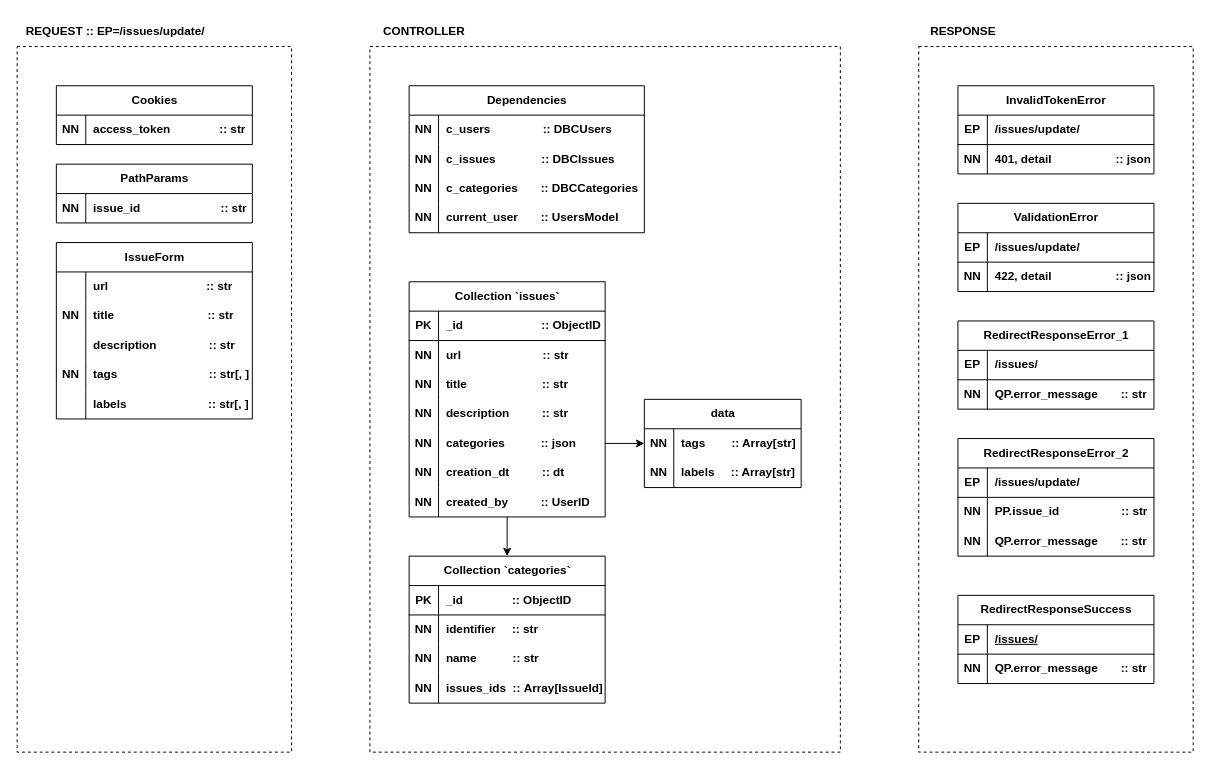
Before: page "/issues/update/post" (2 of 4) of contributors/issues/update/post/Diagram.drawio in ames0k0/Ticket, a draw.io diagram. Source tidied: cells renumbered, new cells numbered last; positions are measured from the earlier drawing's top-left corner, leaving out a move shared by most shapes. Both pictures are drawn from the tidied source at 98%, with x=0, y=0 at pixel (17, 17).
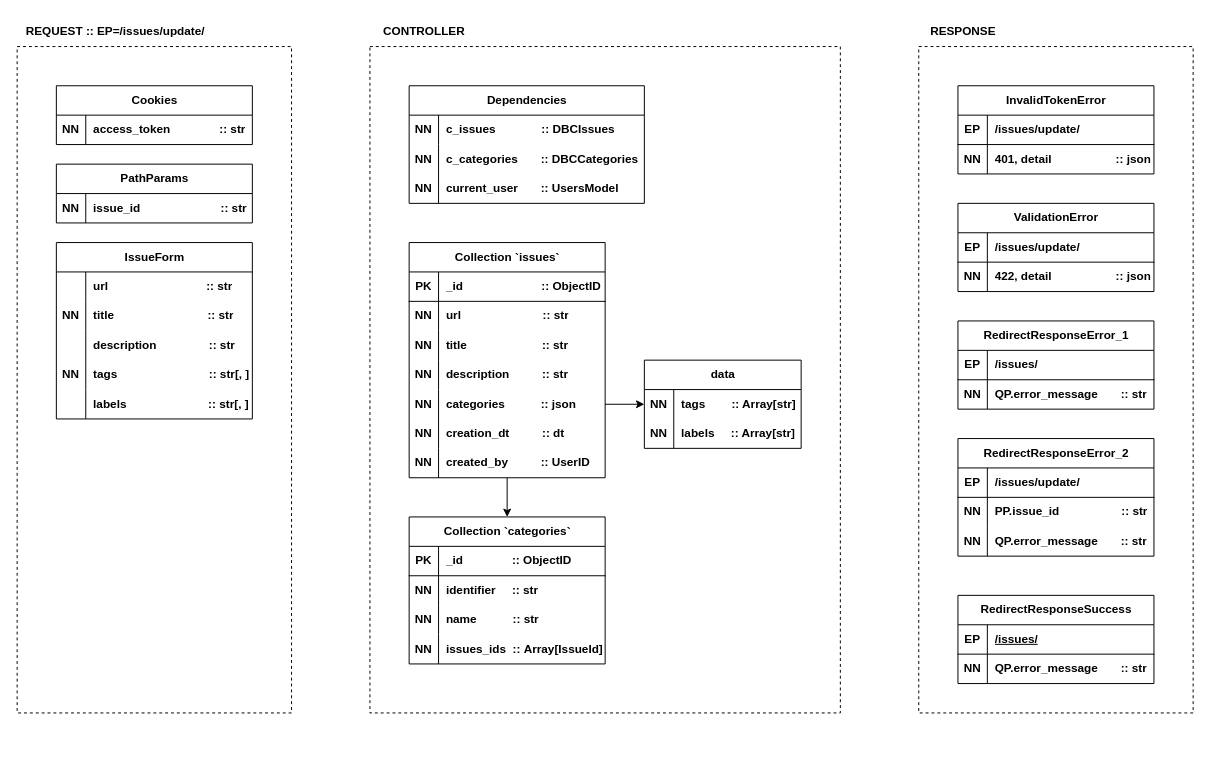
The same page after the edit.

What changed in the source:
```diff
@@
     <mxCell id="19" value="Collection `issues`" style="shape=table;startSize=30;childLayout=tableLayout;rowLines=0;fontStyle=1;align=center;html=1;" parent="1" vertex="1">
-      <mxGeometry x="400" y="270" width="200" height="240" as="geometry" />
+      <mxGeometry x="400" y="230" width="200" height="240" as="geometry" />
     </mxCell>
@@
     <mxCell id="41" value="data" style="shape=table;startSize=30;childLayout=tableLayout;rowLines=0;fontStyle=1;align=center;html=1;" parent="1" vertex="1">
-      <mxGeometry x="640" y="390" width="160" height="90" as="geometry" />
+      <mxGeometry x="640" y="350" width="160" height="90" as="geometry" />
     </mxCell>
@@
     <mxCell id="49" value="Collection `categories`" style="shape=table;startSize=30;childLayout=tableLayout;rowLines=0;fontStyle=1;align=center;html=1;" parent="1" vertex="1">
-      <mxGeometry x="400" y="550" width="200" height="150" as="geometry" />
+      <mxGeometry x="400" y="510" width="200" height="150" as="geometry" />
     </mxCell>
@@
     <mxCell id="76" style="endArrow=none;dashed=1;html=1;rounded=0;" parent="1" edge="1">
       <mxGeometry relative="1" as="geometry">
         <mxPoint y="30" as="sourcePoint" />
         <mxPoint y="30" as="targetPoint" />
         <Array as="points">
           <mxPoint x="280" y="30" />
-          <mxPoint x="280" y="750" />
-          <mxPoint y="750" />
+          <mxPoint x="280" y="710" />
+          <mxPoint y="710" />
         </Array>
       </mxGeometry>
     </mxCell>
     <mxCell id="77" style="endArrow=none;dashed=1;html=1;rounded=0;" parent="1" edge="1">
       <mxGeometry relative="1" as="geometry">
         <mxPoint x="360" y="30" as="sourcePoint" />
         <mxPoint x="360" y="30" as="targetPoint" />
         <Array as="points">
           <mxPoint x="840" y="30" />
-          <mxPoint x="840" y="750" />
-          <mxPoint x="360" y="750" />
+          <mxPoint x="840" y="710" />
+          <mxPoint x="360" y="710" />
         </Array>
       </mxGeometry>
     </mxCell>
@@
     <mxCell id="79" style="endArrow=none;dashed=1;html=1;rounded=0;" parent="1" edge="1">
       <mxGeometry relative="1" as="geometry">
         <mxPoint x="920" y="30" as="sourcePoint" />
         <mxPoint x="920" y="30" as="targetPoint" />
         <Array as="points">
           <mxPoint x="1200" y="30" />
-          <mxPoint x="1200" y="750" />
-          <mxPoint x="920" y="750" />
+          <mxPoint x="1200" y="710" />
+          <mxPoint x="920" y="710" />
         </Array>
       </mxGeometry>
     </mxCell>
@@
     <mxCell id="104" value="Dependencies" style="shape=table;startSize=30;childLayout=tableLayout;rowLines=0;fontStyle=1;align=center;html=1;" parent="1" vertex="1">
-      <mxGeometry x="400" y="70" width="240" height="150" as="geometry" />
+      <mxGeometry x="400" y="70" width="240" height="120" as="geometry" />
     </mxCell>
-    <mxCell id="105" style="shape=tableRow;horizontal=0;startSize=0;swimlaneHead=0;swimlaneBody=0;fillColor=none;top=0;left=0;right=0;bottom=0;" parent="104" vertex="1">
-      <mxGeometry y="30" width="240" height="30" as="geometry" />
-    </mxCell>
-    <mxCell id="106" value="&lt;b&gt;NN&lt;/b&gt;" style="shape=partialRectangle;fillColor=none;top=0;left=0;bottom=0;right=0;overflow=hidden;whiteSpace=wrap;html=1;" parent="105" vertex="1">
-      <mxGeometry width="30" height="30" as="geometry" />
-    </mxCell>
-    <mxCell id="107" value="c_users&amp;nbsp; &amp;nbsp; &amp;nbsp; &amp;nbsp; &amp;nbsp; &amp;nbsp; &amp;nbsp; &amp;nbsp; :: DBCUsers" style="shape=partialRectangle;fillColor=none;top=0;left=0;bottom=0;right=0;align=left;spacingLeft=6;overflow=hidden;whiteSpace=wrap;html=1;fontStyle=1;" parent="105" vertex="1">
-      <mxGeometry x="30" width="210" height="30" as="geometry" />
-    </mxCell>
     <mxCell id="108" style="shape=tableRow;horizontal=0;startSize=0;swimlaneHead=0;swimlaneBody=0;fillColor=none;top=0;left=0;right=0;bottom=0;" parent="104" vertex="1">
-      <mxGeometry y="60" width="240" height="30" as="geometry" />
+      <mxGeometry y="30" width="240" height="30" as="geometry" />
     </mxCell>
@@
     <mxCell id="111" style="shape=tableRow;horizontal=0;startSize=0;swimlaneHead=0;swimlaneBody=0;fillColor=none;top=0;left=0;right=0;bottom=0;" parent="104" vertex="1">
-      <mxGeometry y="90" width="240" height="30" as="geometry" />
+      <mxGeometry y="60" width="240" height="30" as="geometry" />
     </mxCell>
@@
     <mxCell id="114" style="shape=tableRow;horizontal=0;startSize=0;swimlaneHead=0;swimlaneBody=0;fillColor=none;top=0;left=0;right=0;bottom=0;" parent="104" vertex="1">
-      <mxGeometry y="120" width="240" height="30" as="geometry" />
+      <mxGeometry y="90" width="240" height="30" as="geometry" />
     </mxCell>
```
